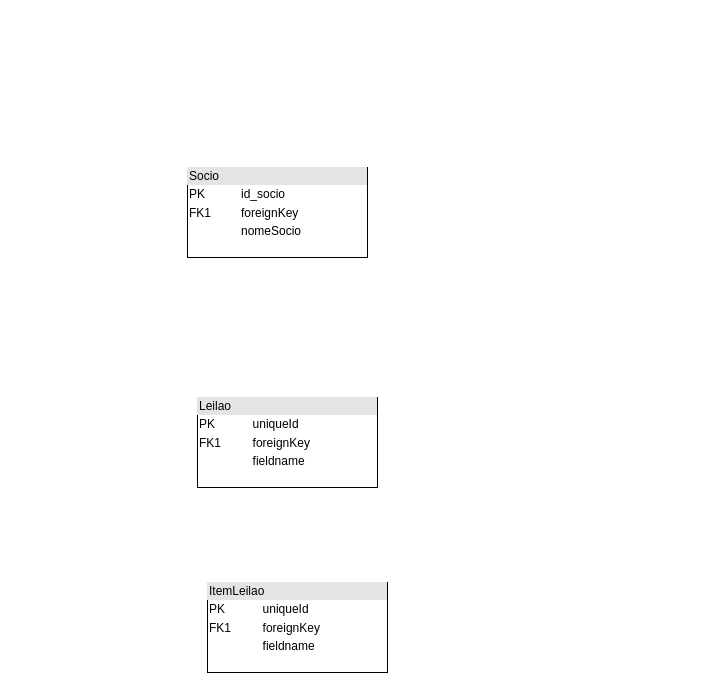
GabrielSilvaRodrigues/Mapeamento_OR keeps this draw.io diagram as mapeamento_OR.drawio. Above is the earlier version. Source tidied: cells renumbered, new cells numbered last; positions are measured from the earlier drawing's top-left corner, leaving out a move shared by most shapes. Both pictures are drawn from the tidied source at 100%, with x=0, y=0 at pixel (187, 167).
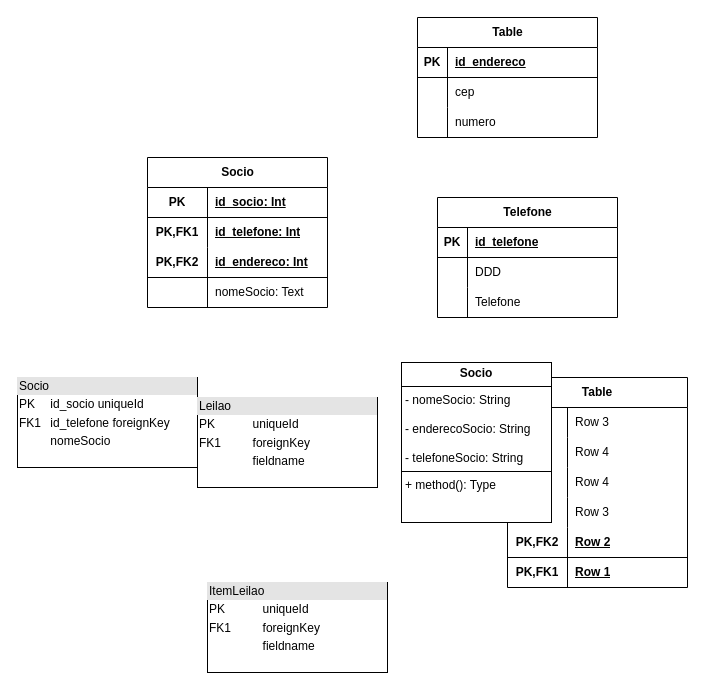
The same diagram, later.

The edit, as a diff of the source:
```diff
@@
-    <mxCell id="2" value="&lt;div style=&quot;box-sizing: border-box; width: 100%; background: rgb(228, 228, 228); padding: 2px;&quot;&gt;Socio&lt;/div&gt;&lt;table style=&quot;width:100%;font-size:1em;&quot; cellpadding=&quot;2&quot; cellspacing=&quot;0&quot;&gt;&lt;tbody&gt;&lt;tr&gt;&lt;td&gt;PK&lt;/td&gt;&lt;td&gt;id_socio&lt;/td&gt;&lt;/tr&gt;&lt;tr&gt;&lt;td&gt;FK1&lt;/td&gt;&lt;td&gt;foreignKey&lt;/td&gt;&lt;/tr&gt;&lt;tr&gt;&lt;td&gt;&lt;/td&gt;&lt;td&gt;nomeSocio&lt;br&gt;&lt;/td&gt;&lt;/tr&gt;&lt;/tbody&gt;&lt;/table&gt;" style="verticalAlign=top;align=left;overflow=fill;html=1;whiteSpace=wrap;" parent="1" vertex="1">
-      <mxGeometry width="180" height="90" as="geometry" />
+    <mxCell id="2" value="&lt;div style=&quot;box-sizing: border-box; width: 100%; background: rgb(228, 228, 228); padding: 2px;&quot;&gt;Socio&lt;/div&gt;&lt;table style=&quot;width:100%;font-size:1em;&quot; cellpadding=&quot;2&quot; cellspacing=&quot;0&quot;&gt;&lt;tbody&gt;&lt;tr&gt;&lt;td&gt;PK&lt;/td&gt;&lt;td&gt;id_socio uniqueId&lt;/td&gt;&lt;/tr&gt;&lt;tr&gt;&lt;td&gt;FK1&lt;/td&gt;&lt;td&gt;id_telefone foreignKey&lt;/td&gt;&lt;/tr&gt;&lt;tr&gt;&lt;td&gt;&lt;/td&gt;&lt;td&gt;nomeSocio&lt;br&gt;&lt;/td&gt;&lt;/tr&gt;&lt;/tbody&gt;&lt;/table&gt;" style="verticalAlign=top;align=left;overflow=fill;html=1;whiteSpace=wrap;" parent="1" vertex="1">
+      <mxGeometry x="-170" y="210" width="180" height="90" as="geometry" />
     </mxCell>
@@
+    <mxCell id="5" value="Table" style="shape=table;startSize=30;childLayout=tableLayout;rowLines=0;fontStyle=1;align=center;html=1;whiteSpace=wrap;" parent="1" vertex="1">
+      <mxGeometry x="320" y="210" width="180" height="210" as="geometry" />
+    </mxCell>
+    <mxCell id="6" style="shape=tableRow;horizontal=0;startSize=0;swimlaneHead=0;swimlaneBody=0;fillColor=none;top=0;left=0;right=0;bottom=0;html=1;" parent="5" vertex="1">
+      <mxGeometry y="30" width="180" height="30" as="geometry" />
+    </mxCell>
+    <mxCell id="7" style="shape=partialRectangle;fillColor=none;top=0;left=0;bottom=0;right=0;overflow=hidden;html=1;whiteSpace=wrap;" parent="6" vertex="1">
+      <mxGeometry width="60" height="30" as="geometry" />
+    </mxCell>
+    <mxCell id="8" value="Row 3" style="shape=partialRectangle;fillColor=none;top=0;left=0;bottom=0;right=0;align=left;spacingLeft=6;overflow=hidden;html=1;whiteSpace=wrap;" parent="6" vertex="1">
+      <mxGeometry x="60" width="120" height="30" as="geometry" />
+    </mxCell>
+    <mxCell id="9" style="shape=tableRow;horizontal=0;startSize=0;swimlaneHead=0;swimlaneBody=0;fillColor=none;top=0;left=0;right=0;bottom=0;html=1;" parent="5" vertex="1">
+      <mxGeometry y="60" width="180" height="30" as="geometry" />
+    </mxCell>
+    <mxCell id="10" style="shape=partialRectangle;fillColor=none;top=0;left=0;bottom=0;right=0;overflow=hidden;html=1;whiteSpace=wrap;" parent="9" vertex="1">
+      <mxGeometry width="60" height="30" as="geometry" />
+    </mxCell>
+    <mxCell id="11" value="Row 4" style="shape=partialRectangle;fillColor=none;top=0;left=0;bottom=0;right=0;align=left;spacingLeft=6;overflow=hidden;html=1;whiteSpace=wrap;" parent="9" vertex="1">
+      <mxGeometry x="60" width="120" height="30" as="geometry" />
+    </mxCell>
+    <mxCell id="12" style="shape=tableRow;horizontal=0;startSize=0;swimlaneHead=0;swimlaneBody=0;fillColor=none;top=0;left=0;right=0;bottom=0;html=1;" parent="5" vertex="1">
+      <mxGeometry y="90" width="180" height="30" as="geometry" />
+    </mxCell>
+    <mxCell id="13" style="shape=partialRectangle;fillColor=none;top=0;left=0;bottom=0;right=0;overflow=hidden;html=1;whiteSpace=wrap;" parent="12" vertex="1">
+      <mxGeometry width="60" height="30" as="geometry" />
+    </mxCell>
+    <mxCell id="14" value="Row 4" style="shape=partialRectangle;fillColor=none;top=0;left=0;bottom=0;right=0;align=left;spacingLeft=6;overflow=hidden;html=1;whiteSpace=wrap;" parent="12" vertex="1">
+      <mxGeometry x="60" width="120" height="30" as="geometry" />
+    </mxCell>
+    <mxCell id="15" style="shape=tableRow;horizontal=0;startSize=0;swimlaneHead=0;swimlaneBody=0;fillColor=none;top=0;left=0;right=0;bottom=0;html=1;" parent="5" vertex="1">
+      <mxGeometry y="120" width="180" height="30" as="geometry" />
+    </mxCell>
+    <mxCell id="16" style="shape=partialRectangle;fillColor=none;top=0;left=0;bottom=0;right=0;overflow=hidden;html=1;whiteSpace=wrap;" parent="15" vertex="1">
+      <mxGeometry width="60" height="30" as="geometry" />
+    </mxCell>
+    <mxCell id="17" value="Row 3" style="shape=partialRectangle;fillColor=none;top=0;left=0;bottom=0;right=0;align=left;spacingLeft=6;overflow=hidden;html=1;whiteSpace=wrap;" parent="15" vertex="1">
+      <mxGeometry x="60" width="120" height="30" as="geometry" />
+    </mxCell>
+    <mxCell id="18" style="shape=tableRow;horizontal=0;startSize=0;swimlaneHead=0;swimlaneBody=0;fillColor=none;top=0;left=0;right=0;bottom=1;html=1;" parent="5" vertex="1">
+      <mxGeometry y="150" width="180" height="30" as="geometry" />
+    </mxCell>
+    <mxCell id="19" value="PK,FK2" style="shape=partialRectangle;fillColor=none;top=0;left=0;bottom=0;right=0;fontStyle=1;overflow=hidden;html=1;whiteSpace=wrap;" parent="18" vertex="1">
+      <mxGeometry width="60" height="30" as="geometry" />
+    </mxCell>
+    <mxCell id="20" value="Row 2" style="shape=partialRectangle;fillColor=none;top=0;left=0;bottom=0;right=0;align=left;spacingLeft=6;fontStyle=5;overflow=hidden;html=1;whiteSpace=wrap;" parent="18" vertex="1">
+      <mxGeometry x="60" width="120" height="30" as="geometry" />
+    </mxCell>
+    <mxCell id="21" style="shape=tableRow;horizontal=0;startSize=0;swimlaneHead=0;swimlaneBody=0;fillColor=none;top=0;left=0;right=0;bottom=0;html=1;" parent="5" vertex="1">
+      <mxGeometry y="180" width="180" height="30" as="geometry" />
+    </mxCell>
+    <mxCell id="22" value="PK,FK1" style="shape=partialRectangle;fillColor=none;top=0;left=0;bottom=0;right=0;fontStyle=1;overflow=hidden;html=1;whiteSpace=wrap;" parent="21" vertex="1">
+      <mxGeometry width="60" height="30" as="geometry" />
+    </mxCell>
+    <mxCell id="23" value="Row 1" style="shape=partialRectangle;fillColor=none;top=0;left=0;bottom=0;right=0;align=left;spacingLeft=6;fontStyle=5;overflow=hidden;html=1;whiteSpace=wrap;" parent="21" vertex="1">
+      <mxGeometry x="60" width="120" height="30" as="geometry" />
+    </mxCell>
+    <mxCell id="24" value="Socio" style="shape=table;startSize=30;childLayout=tableLayout;rowLines=0;fontStyle=1;align=center;html=1;" parent="1" vertex="1">
+      <mxGeometry x="-40" y="-10" width="180" height="150" as="geometry" />
+    </mxCell>
+    <mxCell id="25" style="shape=tableRow;horizontal=0;startSize=0;swimlaneHead=0;swimlaneBody=0;fillColor=none;top=0;left=0;right=0;bottom=1;" parent="24" vertex="1">
+      <mxGeometry y="30" width="180" height="30" as="geometry" />
+    </mxCell>
+    <mxCell id="26" value="PK" style="shape=partialRectangle;fillColor=none;top=0;left=0;bottom=0;right=0;fontStyle=1;overflow=hidden;whiteSpace=wrap;html=1;" parent="25" vertex="1">
+      <mxGeometry width="60" height="30" as="geometry" />
+    </mxCell>
+    <mxCell id="27" value="id_socio: Int" style="shape=partialRectangle;fillColor=none;top=0;left=0;bottom=0;right=0;align=left;spacingLeft=6;fontStyle=5;overflow=hidden;whiteSpace=wrap;html=1;" parent="25" vertex="1">
+      <mxGeometry x="60" width="120" height="30" as="geometry" />
+    </mxCell>
+    <mxCell id="28" style="shape=tableRow;horizontal=0;startSize=0;swimlaneHead=0;swimlaneBody=0;fillColor=none;top=0;left=0;right=0;bottom=0;html=1;" parent="24" vertex="1">
+      <mxGeometry y="60" width="180" height="30" as="geometry" />
+    </mxCell>
+    <mxCell id="29" value="PK,FK1" style="shape=partialRectangle;fillColor=none;top=0;left=0;bottom=0;right=0;fontStyle=1;overflow=hidden;html=1;whiteSpace=wrap;" parent="28" vertex="1">
+      <mxGeometry width="60" height="30" as="geometry" />
+    </mxCell>
+    <mxCell id="30" value="id_telefone: Int" style="shape=partialRectangle;fillColor=none;top=0;left=0;bottom=0;right=0;align=left;spacingLeft=6;fontStyle=5;overflow=hidden;html=1;whiteSpace=wrap;" parent="28" vertex="1">
+      <mxGeometry x="60" width="120" height="30" as="geometry" />
+    </mxCell>
+    <mxCell id="31" style="shape=tableRow;horizontal=0;startSize=0;swimlaneHead=0;swimlaneBody=0;fillColor=none;top=0;left=0;right=0;bottom=1;html=1;" parent="24" vertex="1">
+      <mxGeometry y="90" width="180" height="30" as="geometry" />
+    </mxCell>
+    <mxCell id="32" value="PK,FK2" style="shape=partialRectangle;fillColor=none;top=0;left=0;bottom=0;right=0;fontStyle=1;overflow=hidden;html=1;whiteSpace=wrap;" parent="31" vertex="1">
+      <mxGeometry width="60" height="30" as="geometry" />
+    </mxCell>
+    <mxCell id="33" value="id_endereco: Int" style="shape=partialRectangle;fillColor=none;top=0;left=0;bottom=0;right=0;align=left;spacingLeft=6;fontStyle=5;overflow=hidden;html=1;whiteSpace=wrap;" parent="31" vertex="1">
+      <mxGeometry x="60" width="120" height="30" as="geometry" />
+    </mxCell>
+    <mxCell id="34" style="shape=tableRow;horizontal=0;startSize=0;swimlaneHead=0;swimlaneBody=0;fillColor=none;top=0;left=0;right=0;bottom=0;" parent="24" vertex="1">
+      <mxGeometry y="120" width="180" height="30" as="geometry" />
+    </mxCell>
+    <mxCell id="35" style="shape=partialRectangle;fillColor=none;top=0;left=0;bottom=0;right=0;overflow=hidden;whiteSpace=wrap;html=1;" parent="34" vertex="1">
+      <mxGeometry width="60" height="30" as="geometry" />
+    </mxCell>
+    <mxCell id="36" value="nomeSocio: Text" style="shape=partialRectangle;fillColor=none;top=0;left=0;bottom=0;right=0;align=left;spacingLeft=6;overflow=hidden;whiteSpace=wrap;html=1;" parent="34" vertex="1">
+      <mxGeometry x="60" width="120" height="30" as="geometry" />
+    </mxCell>
+    <mxCell id="37" value="&lt;p style=&quot;margin:0px;margin-top:4px;text-align:center;&quot;&gt;&lt;b&gt;Socio&lt;/b&gt;&lt;/p&gt;&lt;hr size=&quot;1&quot; style=&quot;border-style:solid;&quot;&gt;&lt;p style=&quot;margin:0px;margin-left:4px;&quot;&gt;- nomeSocio: String&lt;/p&gt;&lt;p style=&quot;margin:0px;margin-left:4px;&quot;&gt;&lt;br&gt;&lt;/p&gt;&lt;p style=&quot;margin:0px;margin-left:4px;&quot;&gt;- enderecoSocio: String&lt;/p&gt;&lt;p style=&quot;margin:0px;margin-left:4px;&quot;&gt;&lt;br&gt;&lt;/p&gt;&lt;p style=&quot;margin:0px;margin-left:4px;&quot;&gt;- telefoneSocio: String&lt;/p&gt;&lt;hr size=&quot;1&quot; style=&quot;border-style:solid;&quot;&gt;&lt;p style=&quot;margin:0px;margin-left:4px;&quot;&gt;+ method(): Type&lt;/p&gt;" style="verticalAlign=top;align=left;overflow=fill;html=1;whiteSpace=wrap;" parent="1" vertex="1">
+      <mxGeometry x="214" y="195" width="150" height="160" as="geometry" />
+    </mxCell>
+    <mxCell id="38" value="Telefone" style="shape=table;startSize=30;childLayout=tableLayout;rowLines=0;fontStyle=1;align=center;html=1;" parent="1" vertex="1">
+      <mxGeometry x="250" y="30" width="180" height="120" as="geometry" />
+    </mxCell>
+    <mxCell id="39" style="shape=tableRow;horizontal=0;startSize=0;swimlaneHead=0;swimlaneBody=0;fillColor=none;top=0;left=0;right=0;bottom=1;" parent="38" vertex="1">
+      <mxGeometry y="30" width="180" height="30" as="geometry" />
+    </mxCell>
+    <mxCell id="40" value="PK" style="shape=partialRectangle;fillColor=none;top=0;left=0;bottom=0;right=0;fontStyle=1;overflow=hidden;whiteSpace=wrap;html=1;" parent="39" vertex="1">
+      <mxGeometry width="30" height="30" as="geometry" />
+    </mxCell>
+    <mxCell id="41" value="id_telefone" style="shape=partialRectangle;fillColor=none;top=0;left=0;bottom=0;right=0;align=left;spacingLeft=6;fontStyle=5;overflow=hidden;whiteSpace=wrap;html=1;" parent="39" vertex="1">
+      <mxGeometry x="30" width="150" height="30" as="geometry" />
+    </mxCell>
+    <mxCell id="42" style="shape=tableRow;horizontal=0;startSize=0;swimlaneHead=0;swimlaneBody=0;fillColor=none;top=0;left=0;right=0;bottom=0;" parent="38" vertex="1">
+      <mxGeometry y="60" width="180" height="30" as="geometry" />
+    </mxCell>
+    <mxCell id="43" style="shape=partialRectangle;fillColor=none;top=0;left=0;bottom=0;right=0;overflow=hidden;whiteSpace=wrap;html=1;" parent="42" vertex="1">
+      <mxGeometry width="30" height="30" as="geometry" />
+    </mxCell>
+    <mxCell id="44" value="DDD" style="shape=partialRectangle;fillColor=none;top=0;left=0;bottom=0;right=0;align=left;spacingLeft=6;overflow=hidden;whiteSpace=wrap;html=1;" parent="42" vertex="1">
+      <mxGeometry x="30" width="150" height="30" as="geometry" />
+    </mxCell>
+    <mxCell id="45" style="shape=tableRow;horizontal=0;startSize=0;swimlaneHead=0;swimlaneBody=0;fillColor=none;top=0;left=0;right=0;bottom=0;" parent="38" vertex="1">
+      <mxGeometry y="90" width="180" height="30" as="geometry" />
+    </mxCell>
+    <mxCell id="46" style="shape=partialRectangle;fillColor=none;top=0;left=0;bottom=0;right=0;overflow=hidden;whiteSpace=wrap;html=1;" parent="45" vertex="1">
+      <mxGeometry width="30" height="30" as="geometry" />
+    </mxCell>
+    <mxCell id="47" value="Telefone" style="shape=partialRectangle;fillColor=none;top=0;left=0;bottom=0;right=0;align=left;spacingLeft=6;overflow=hidden;whiteSpace=wrap;html=1;" parent="45" vertex="1">
+      <mxGeometry x="30" width="150" height="30" as="geometry" />
+    </mxCell>
+    <mxCell id="48" value="Table" style="shape=table;startSize=30;childLayout=tableLayout;rowLines=0;fontStyle=1;align=center;html=1;" parent="1" vertex="1">
+      <mxGeometry x="230" y="-150" width="180" height="120" as="geometry" />
+    </mxCell>
+    <mxCell id="49" style="shape=tableRow;horizontal=0;startSize=0;swimlaneHead=0;swimlaneBody=0;fillColor=none;top=0;left=0;right=0;bottom=1;" parent="48" vertex="1">
+      <mxGeometry y="30" width="180" height="30" as="geometry" />
+    </mxCell>
+    <mxCell id="50" value="PK" style="shape=partialRectangle;fillColor=none;top=0;left=0;bottom=0;right=0;fontStyle=1;overflow=hidden;whiteSpace=wrap;html=1;" parent="49" vertex="1">
+      <mxGeometry width="30" height="30" as="geometry" />
+    </mxCell>
+    <mxCell id="51" value="id_endereco" style="shape=partialRectangle;fillColor=none;top=0;left=0;bottom=0;right=0;align=left;spacingLeft=6;fontStyle=5;overflow=hidden;whiteSpace=wrap;html=1;" parent="49" vertex="1">
+      <mxGeometry x="30" width="150" height="30" as="geometry" />
+    </mxCell>
+    <mxCell id="52" style="shape=tableRow;horizontal=0;startSize=0;swimlaneHead=0;swimlaneBody=0;fillColor=none;top=0;left=0;right=0;bottom=0;" parent="48" vertex="1">
+      <mxGeometry y="60" width="180" height="30" as="geometry" />
+    </mxCell>
+    <mxCell id="53" style="shape=partialRectangle;fillColor=none;top=0;left=0;bottom=0;right=0;overflow=hidden;whiteSpace=wrap;html=1;" parent="52" vertex="1">
+      <mxGeometry width="30" height="30" as="geometry" />
+    </mxCell>
+    <mxCell id="54" value="cep" style="shape=partialRectangle;fillColor=none;top=0;left=0;bottom=0;right=0;align=left;spacingLeft=6;overflow=hidden;whiteSpace=wrap;html=1;" parent="52" vertex="1">
+      <mxGeometry x="30" width="150" height="30" as="geometry" />
+    </mxCell>
+    <mxCell id="55" style="shape=tableRow;horizontal=0;startSize=0;swimlaneHead=0;swimlaneBody=0;fillColor=none;top=0;left=0;right=0;bottom=0;" parent="48" vertex="1">
+      <mxGeometry y="90" width="180" height="30" as="geometry" />
+    </mxCell>
+    <mxCell id="56" style="shape=partialRectangle;fillColor=none;top=0;left=0;bottom=0;right=0;overflow=hidden;whiteSpace=wrap;html=1;" parent="55" vertex="1">
+      <mxGeometry width="30" height="30" as="geometry" />
+    </mxCell>
+    <mxCell id="57" value="numero" style="shape=partialRectangle;fillColor=none;top=0;left=0;bottom=0;right=0;align=left;spacingLeft=6;overflow=hidden;whiteSpace=wrap;html=1;" parent="55" vertex="1">
+      <mxGeometry x="30" width="150" height="30" as="geometry" />
+    </mxCell>
```
